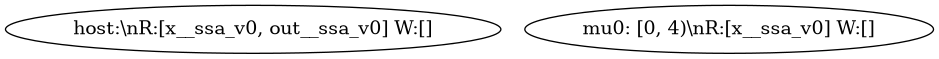
Servyi-Agent/pypto-symir keeps this Graphviz diagram as out/range_carry_post.png. Above is the earlier version. Its source is kept beside it as out/range_carry_post.dot. The source it was exported from:
```dot
digraph {
    0 [ label = "host:\\nR:[x__ssa_v0, out__ssa_v0] W:[]" ]
    1 [ label = "mu0: [0, 4)\\nR:[x__ssa_v0] W:[]" ]
}
```
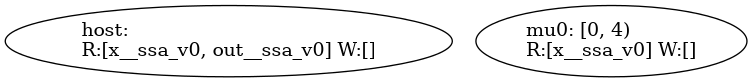
After the commit.

Change to the diagram source:
```diff
@@ -1,4 +1,4 @@
 digraph {
-    0 [ label = "host:\\nR:[x__ssa_v0, out__ssa_v0] W:[]" ]
-    1 [ label = "mu0: [0, 4)\\nR:[x__ssa_v0] W:[]" ]
+    0 [ label = "host:\lR:[x__ssa_v0, out__ssa_v0] W:[]" ]
+    1 [ label = "mu0: [0, 4)\lR:[x__ssa_v0] W:[]" ]
 }
```
